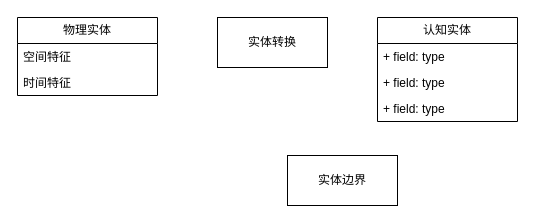
Earlier version of the draw.io diagram page "实体" (1 of 2) of base_model/实体和语言.drawio (cyxm/CodeGenerator). Source tidied: cells renumbered, new cells numbered last; positions are measured from the earlier drawing's top-left corner, leaving out a move shared by most shapes. Both pictures are drawn from the tidied source at 100%, with x=0, y=0 at pixel (17, 17).
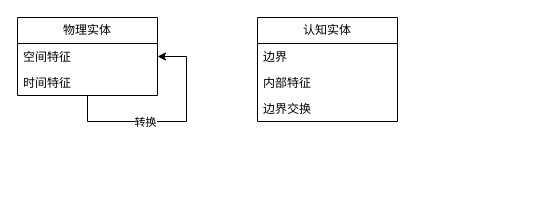
Above is the later version.

What changed in the source:
```diff
@@
 <mxGraphModel>
   <root>
     <mxCell id="0" />
     <mxCell id="1" parent="0" />
-    <mxCell id="2" value="实体转换" style="html=1;whiteSpace=wrap;" parent="1" vertex="1">
-      <mxGeometry x="200" width="110" height="50" as="geometry" />
-    </mxCell>
-    <mxCell id="3" value="实体边界" style="html=1;whiteSpace=wrap;" parent="1" vertex="1">
-      <mxGeometry x="270" y="138" width="110" height="50" as="geometry" />
-    </mxCell>
-    <mxCell id="4" value="物理实体" style="swimlane;fontStyle=0;horizontal=1;startSize=26;fillColor=none;whiteSpace=wrap;html=1;" parent="1" vertex="1">
+    <mxCell id="4" value="物理实体" style="swimlane;fontStyle=0;horizontal=1;startSize=26;whiteSpace=wrap;html=1;" parent="1" vertex="1">
       <mxGeometry width="140" height="78" as="geometry" />
     </mxCell>
     <mxCell id="5" value="空间特征" style="text;strokeColor=none;fillColor=none;align=left;verticalAlign=top;spacingLeft=4;spacingRight=4;overflow=hidden;whiteSpace=wrap;html=1;" parent="4" vertex="1">
       <mxGeometry y="26" width="140" height="26" as="geometry" />
     </mxCell>
     <mxCell id="6" value="时间特征" style="text;strokeColor=none;fillColor=none;align=left;verticalAlign=top;spacingLeft=4;spacingRight=4;overflow=hidden;whiteSpace=wrap;html=1;" parent="4" vertex="1">
       <mxGeometry y="52" width="140" height="26" as="geometry" />
     </mxCell>
     <mxCell id="7" value="认知实体" style="swimlane;fontStyle=0;horizontal=1;startSize=26;fillColor=none;whiteSpace=wrap;html=1;" parent="1" vertex="1">
-      <mxGeometry x="360" width="140" height="104" as="geometry" />
+      <mxGeometry x="240" width="140" height="104" as="geometry" />
     </mxCell>
-    <mxCell id="8" value="+ field: type" style="text;strokeColor=none;fillColor=none;align=left;verticalAlign=top;spacingLeft=4;spacingRight=4;overflow=hidden;whiteSpace=wrap;html=1;" parent="7" vertex="1">
+    <mxCell id="8" value="边界" style="text;strokeColor=none;fillColor=none;align=left;verticalAlign=top;spacingLeft=4;spacingRight=4;overflow=hidden;whiteSpace=wrap;html=1;" parent="7" vertex="1">
       <mxGeometry y="26" width="140" height="26" as="geometry" />
     </mxCell>
-    <mxCell id="9" value="+ field: type" style="text;strokeColor=none;fillColor=none;align=left;verticalAlign=top;spacingLeft=4;spacingRight=4;overflow=hidden;whiteSpace=wrap;html=1;" parent="7" vertex="1">
+    <mxCell id="9" value="内部特征" style="text;strokeColor=none;fillColor=none;align=left;verticalAlign=top;spacingLeft=4;spacingRight=4;overflow=hidden;whiteSpace=wrap;html=1;" parent="7" vertex="1">
       <mxGeometry y="52" width="140" height="26" as="geometry" />
     </mxCell>
-    <mxCell id="10" value="+ field: type" style="text;strokeColor=none;fillColor=none;align=left;verticalAlign=top;spacingLeft=4;spacingRight=4;overflow=hidden;whiteSpace=wrap;html=1;" parent="7" vertex="1">
+    <mxCell id="10" value="边界交换" style="text;strokeColor=none;fillColor=none;align=left;verticalAlign=top;spacingLeft=4;spacingRight=4;overflow=hidden;whiteSpace=wrap;html=1;" parent="7" vertex="1">
       <mxGeometry y="78" width="140" height="26" as="geometry" />
     </mxCell>
+    <mxCell id="11" style="edgeStyle=orthogonalEdgeStyle;rounded=0;orthogonalLoop=1;jettySize=auto;html=1;entryX=1;entryY=0.5;entryDx=0;entryDy=0;exitX=0.5;exitY=1;exitDx=0;exitDy=0;" parent="1" edge="1" source="4" target="4">
+      <mxGeometry relative="1" as="geometry">
+        <Array as="points">
+          <mxPoint x="70" y="104" />
+          <mxPoint x="169" y="104" />
+          <mxPoint x="169" y="39" />
+        </Array>
+      </mxGeometry>
+    </mxCell>
+    <mxCell id="12" value="转换" style="edgeLabel;html=1;align=center;verticalAlign=middle;" parent="11" vertex="1">
+      <mxGeometry x="-0.24" relative="1" as="geometry" />
+    </mxCell>
   </root>
 </mxGraphModel>
```
